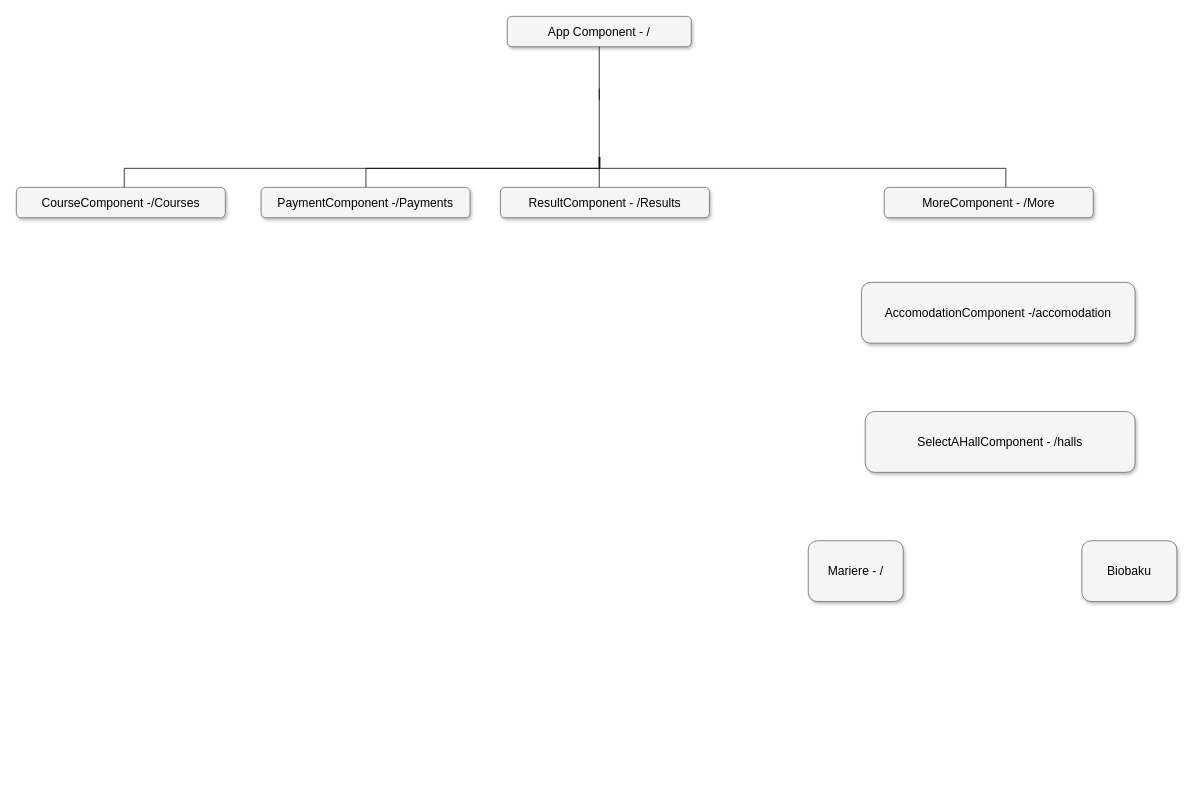
Before: content/Untitled Diagram.drawio in MadeByIbukunoluwa/temp-repo, a draw.io diagram. Source tidied: cells renumbered, new cells numbered last; positions are measured from the earlier drawing's top-left corner, leaving out a move shared by most shapes. Both pictures are drawn from the tidied source at 76%, with x=0, y=0 at pixel (16, 16).
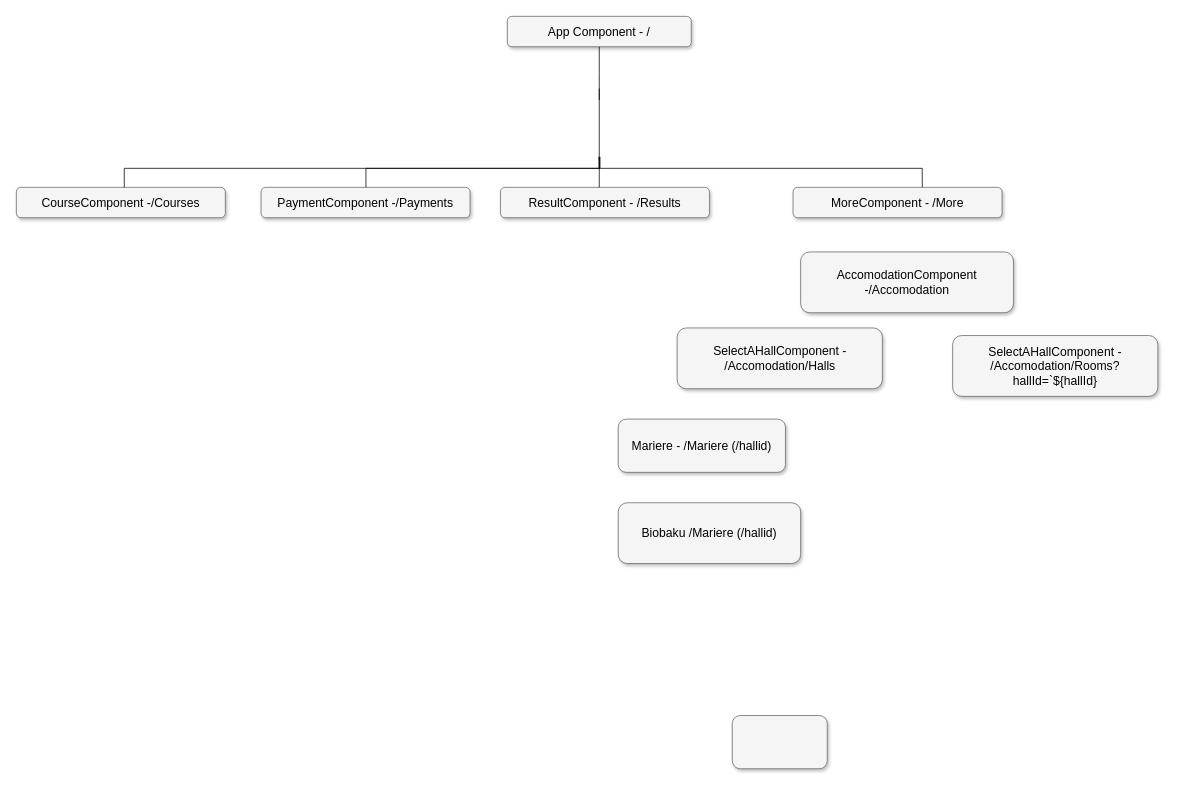
The same diagram, later.

The edit, as a diff of the source:
```diff
@@
-    <mxCell id="5" value="SelectAHallComponent - /halls" style="whiteSpace=wrap;html=1;rounded=1;shadow=1;strokeWidth=1;fontSize=16;align=center;fillColor=#f5f5f5;strokeColor=#666666;" parent="1" vertex="1">
-      <mxGeometry x="1117" y="520" width="355" height="80" as="geometry" />
+    <mxCell id="5" value="SelectAHallComponent - /Accomodation/Halls" style="whiteSpace=wrap;html=1;rounded=1;shadow=1;strokeWidth=1;fontSize=16;align=center;fillColor=#f5f5f5;strokeColor=#666666;" parent="1" vertex="1">
+      <mxGeometry x="869.5" y="410" width="270" height="80" as="geometry" />
     </mxCell>
-    <mxCell id="6" value="Biobaku" style="whiteSpace=wrap;html=1;rounded=1;shadow=1;strokeWidth=1;fontSize=16;align=center;fillColor=#f5f5f5;strokeColor=#666666;" parent="1" vertex="1">
-      <mxGeometry x="1402" y="690" width="125" height="80" as="geometry" />
+    <mxCell id="6" value="Biobaku /Mariere (/hallid)" style="whiteSpace=wrap;html=1;rounded=1;shadow=1;strokeWidth=1;fontSize=16;align=center;fillColor=#f5f5f5;strokeColor=#666666;" parent="1" vertex="1">
+      <mxGeometry x="792" y="640" width="240" height="80" as="geometry" />
     </mxCell>
@@
-    <mxCell id="8" value="AccomodationComponent -/accomodation" style="whiteSpace=wrap;html=1;rounded=1;shadow=1;strokeWidth=1;fontSize=16;align=center;fillColor=#f5f5f5;strokeColor=#666666;" parent="1" vertex="1">
-      <mxGeometry x="1112" y="350" width="360" height="80" as="geometry" />
+    <mxCell id="8" value="AccomodationComponent -/Accomodation" style="whiteSpace=wrap;html=1;rounded=1;shadow=1;strokeWidth=1;fontSize=16;align=center;fillColor=#f5f5f5;strokeColor=#666666;" parent="1" vertex="1">
+      <mxGeometry x="1032" y="310" width="280" height="80" as="geometry" />
     </mxCell>
@@
     <mxCell id="14" style="edgeStyle=orthogonalEdgeStyle;html=1;startSize=6;endFill=0;endSize=6;strokeWidth=1;fontSize=16;rounded=0;endArrow=none;" parent="1" edge="1" target="15">
       <mxGeometry relative="1" as="geometry">
         <mxPoint x="767" y="185" as="sourcePoint" />
         <Array as="points">
           <mxPoint x="767" y="200" />
-          <mxPoint x="1302" y="200" />
+          <mxPoint x="1192" y="200" />
         </Array>
       </mxGeometry>
     </mxCell>
     <mxCell id="15" value="MoreComponent - /More" style="whiteSpace=wrap;html=1;rounded=1;shadow=1;strokeWidth=1;fontSize=16;align=center;fillColor=#f5f5f5;strokeColor=#666666;points=[[0,0,0,0,0],[0,0.25,0,0,0],[0,0.5,0,0,0],[0,0.75,0,0,0],[0,1,0,0,0],[0.25,0,0,0,0],[0.25,1,0,0,0],[0.5,0,0,0,0],[0.5,1,0,0,0],[0.75,0,0,0,0],[0.75,1,0,0,0],[1,0,0,0,0],[1,0.25,0,0,0],[1,0.5,0,0,0],[1,0.75,0,0,0],[1,1,0,0,0]];" parent="1" vertex="1">
-      <mxGeometry x="1142" y="225" width="275" height="40" as="geometry" />
+      <mxGeometry x="1022" y="225" width="275" height="40" as="geometry" />
     </mxCell>
-    <mxCell id="16" value="Mariere - /" style="whiteSpace=wrap;html=1;rounded=1;shadow=1;strokeWidth=1;fontSize=16;align=center;fillColor=#f5f5f5;strokeColor=#666666;" parent="1" vertex="1">
-      <mxGeometry x="1042" y="690" width="125" height="80" as="geometry" />
+    <mxCell id="16" value="Mariere - /Mariere (/hallid)" style="whiteSpace=wrap;html=1;rounded=1;shadow=1;strokeWidth=1;fontSize=16;align=center;fillColor=#f5f5f5;strokeColor=#666666;" parent="1" vertex="1">
+      <mxGeometry x="792" y="530" width="220" height="70" as="geometry" />
     </mxCell>
+    <mxCell id="17" style="whiteSpace=wrap;html=1;rounded=1;shadow=1;strokeWidth=1;fontSize=16;align=center;fillColor=#f5f5f5;strokeColor=#666666;" parent="1" vertex="1">
+      <mxGeometry x="942" y="920" width="125" height="70" as="geometry" />
+    </mxCell>
+    <mxCell id="18" style="edgeStyle=none;rounded=0;orthogonalLoop=1;jettySize=auto;html=1;exitX=1;exitY=0.5;exitDx=0;exitDy=0;" parent="1" edge="1" source="8" target="8">
+      <mxGeometry relative="1" as="geometry" />
+    </mxCell>
+    <mxCell id="19" style="edgeStyle=none;rounded=0;orthogonalLoop=1;jettySize=auto;html=1;exitX=1;exitY=0.5;exitDx=0;exitDy=0;" parent="1" edge="1" source="5" target="5">
+      <mxGeometry relative="1" as="geometry" />
+    </mxCell>
+    <mxCell id="20" value="SelectAHallComponent - /Accomodation/Rooms?hallId=`${hallId}" style="whiteSpace=wrap;html=1;rounded=1;shadow=1;strokeWidth=1;fontSize=16;align=center;fillColor=#f5f5f5;strokeColor=#666666;" parent="1" vertex="1">
+      <mxGeometry x="1232" y="420" width="270" height="80" as="geometry" />
+    </mxCell>
```
